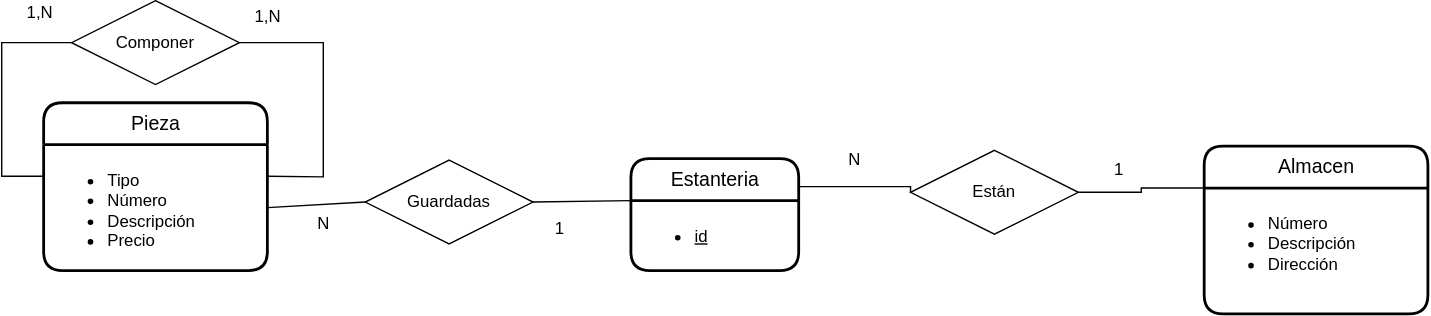
This is UD12-05.svg from Jimxx22/C3-UD11-UML, a draw.io export, as it was before one commit. Source tidied: cells renumbered, new cells last; positions are measured from the earlier drawing's top-left corner, leaving out a move shared by most shapes.
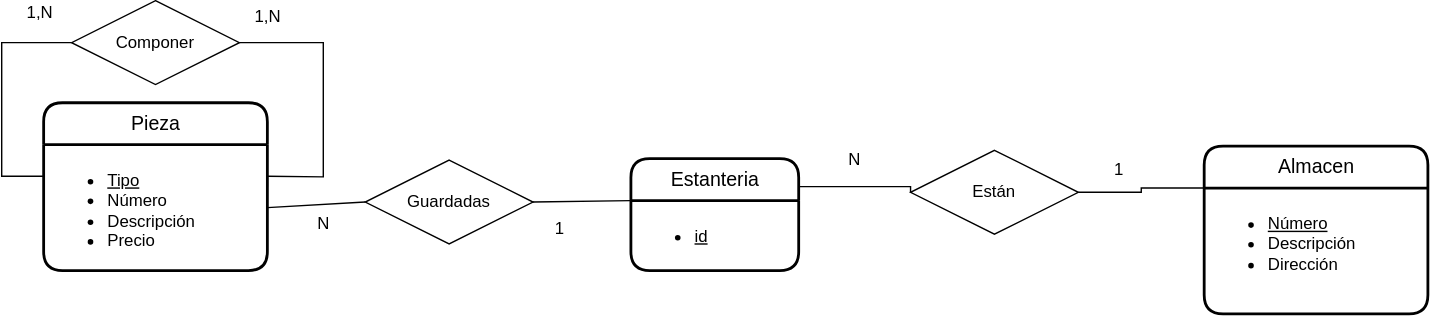
After the commit.

The edit, as a diff of the source:
```diff
@@ -11,7 +11,7 @@
     <mxCell id="4" value="Pieza" style="swimlane;horizontal=1;startSize=30;rounded=1;fontSize=14;fontStyle=0;strokeWidth=2;shadow=0;dashed=0;align=center;glass=0;fillColor=default;html=1;" parent="1" vertex="1">
       <mxGeometry x="30" y="73" width="160" height="120" as="geometry" />
     </mxCell>
-    <mxCell id="5" value="&lt;ul&gt;&lt;li&gt;Tipo&lt;/li&gt;&lt;li&gt;Número&lt;/li&gt;&lt;li&gt;Descripción&lt;/li&gt;&lt;li&gt;Precio&lt;/li&gt;&lt;/ul&gt;" style="align=left;strokeColor=none;fillColor=none;spacingLeft=4;fontSize=12;verticalAlign=top;rounded=0;glass=0;html=1;" parent="4" vertex="1">
+    <mxCell id="5" value="&lt;ul&gt;&lt;li&gt;&lt;u&gt;Tipo&lt;/u&gt;&lt;/li&gt;&lt;li&gt;Número&lt;/li&gt;&lt;li&gt;Descripción&lt;/li&gt;&lt;li&gt;Precio&lt;/li&gt;&lt;/ul&gt;" style="align=left;strokeColor=none;fillColor=none;spacingLeft=4;fontSize=12;verticalAlign=top;rounded=0;glass=0;html=1;" parent="4" vertex="1">
       <mxGeometry y="30" width="160" height="90" as="geometry" />
     </mxCell>
     <mxCell id="6" style="edgeStyle=orthogonalEdgeStyle;rounded=0;jettySize=auto;html=1;exitX=1;exitY=0.25;exitDx=0;exitDy=0;entryX=1;entryY=0.5;entryDx=0;entryDy=0;endArrow=none;endFill=0;" parent="4" edge="1" source="5" target="4">
@@ -23,7 +23,7 @@
     <mxCell id="8" value="Almacen" style="swimlane;horizontal=1;startSize=30;rounded=1;fontSize=14;fontStyle=0;strokeWidth=2;shadow=0;dashed=0;align=center;glass=0;fillColor=default;html=1;" parent="1" vertex="1">
       <mxGeometry x="860" y="104" width="160" height="120" as="geometry" />
     </mxCell>
-    <mxCell id="9" value="&lt;ul&gt;&lt;li&gt;Número&lt;/li&gt;&lt;li&gt;Descripción&lt;/li&gt;&lt;li&gt;Dirección&lt;/li&gt;&lt;/ul&gt;" style="align=left;strokeColor=none;fillColor=none;spacingLeft=4;fontSize=12;verticalAlign=top;rounded=0;glass=0;html=1;" parent="8" vertex="1">
+    <mxCell id="9" value="&lt;ul&gt;&lt;li&gt;&lt;u&gt;Número&lt;/u&gt;&lt;/li&gt;&lt;li&gt;Descripción&lt;/li&gt;&lt;li&gt;Dirección&lt;/li&gt;&lt;/ul&gt;" style="align=left;strokeColor=none;fillColor=none;spacingLeft=4;fontSize=12;verticalAlign=top;rounded=0;glass=0;html=1;" parent="8" vertex="1">
       <mxGeometry y="30" width="160" height="90" as="geometry" />
     </mxCell>
     <mxCell id="10" value="&lt;div&gt;Componer&lt;/div&gt;" style="shape=rhombus;perimeter=rhombusPerimeter;whiteSpace=wrap;html=1;align=center;" parent="1" vertex="1">
```
